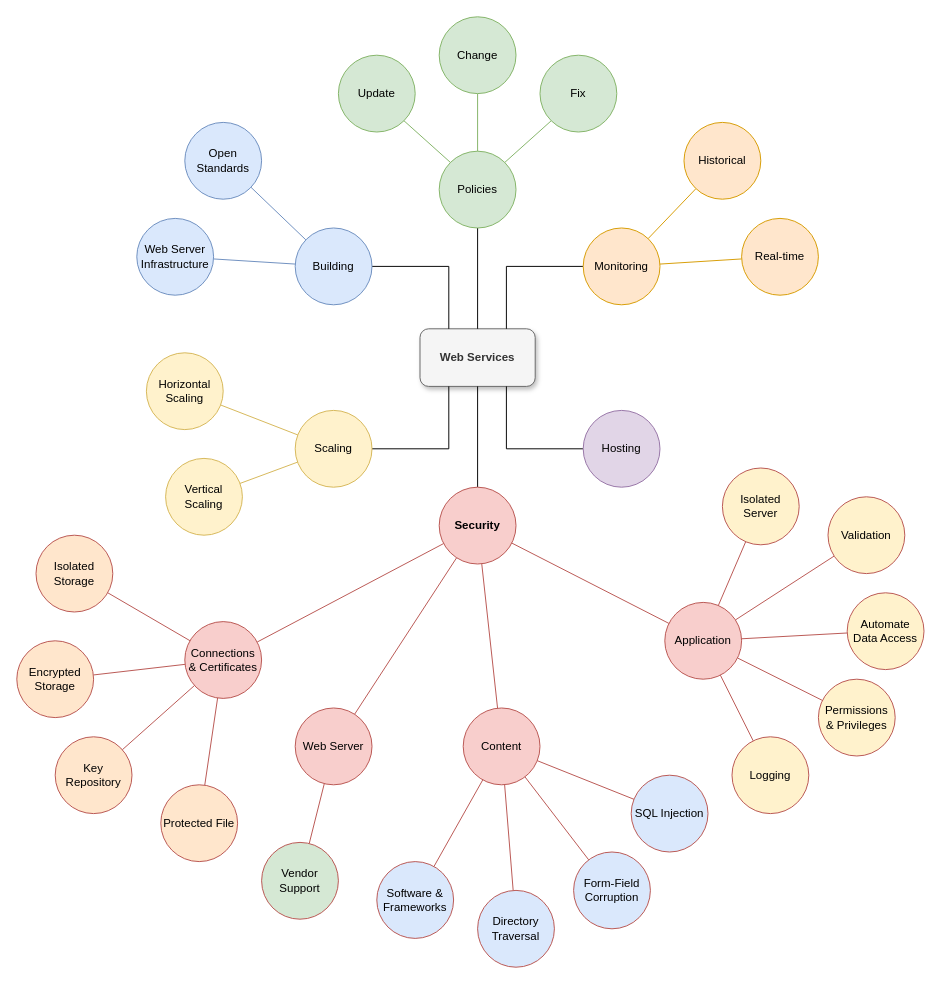
chongjk88/education keeps this draw.io diagram as uagc/cyb300/Support of a Service - System Security Application.drawio. Above is the earlier version. Source tidied: cells renumbered, new cells numbered last; positions are measured from the earlier drawing's top-left corner, leaving out a move shared by most shapes. Both pictures are drawn from the tidied source at 96%, with x=0, y=0 at pixel (16, 16).
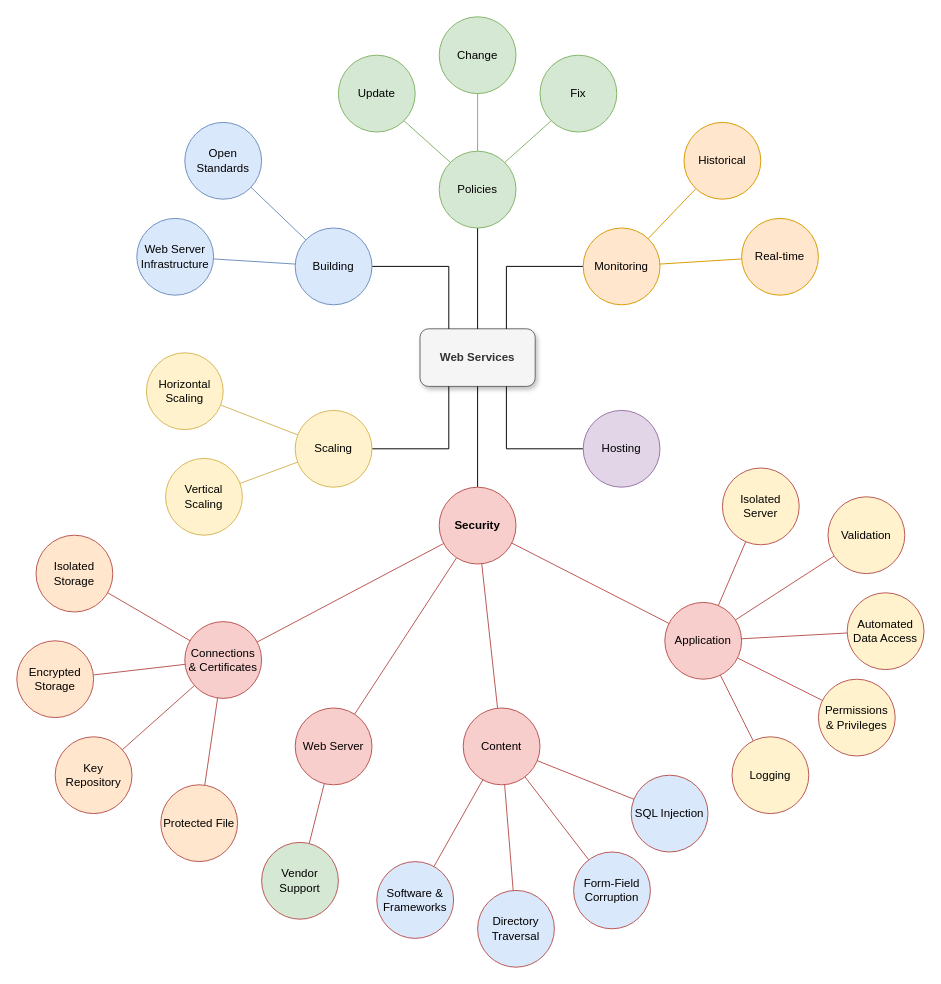
Above is the later version.

What changed in the source:
```diff
@@
-    <mxCell id="62" value="Automate Data Access" style="ellipse;whiteSpace=wrap;html=1;fillColor=#fff2cc;strokeColor=#B85450;" parent="1" vertex="1">
+    <mxCell id="62" value="Automated Data Access" style="ellipse;whiteSpace=wrap;html=1;fillColor=#fff2cc;strokeColor=#B85450;" parent="1" vertex="1">
       <mxGeometry x="865" y="600" width="80" height="80" as="geometry" />
     </mxCell>
```
